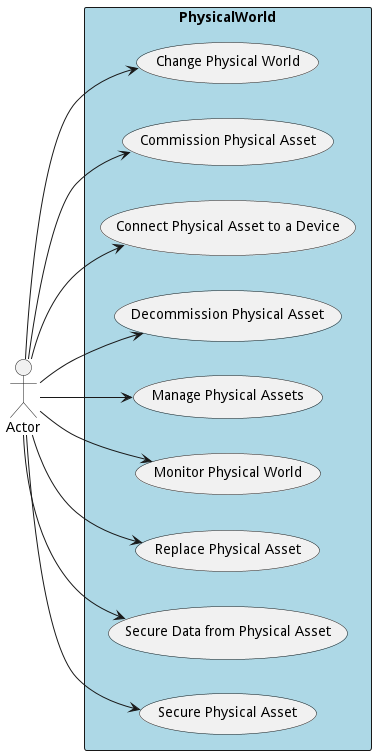
Earlier version of the PlantUML export docs/actors/actor/UseCase.png (madajaju/edgemere).
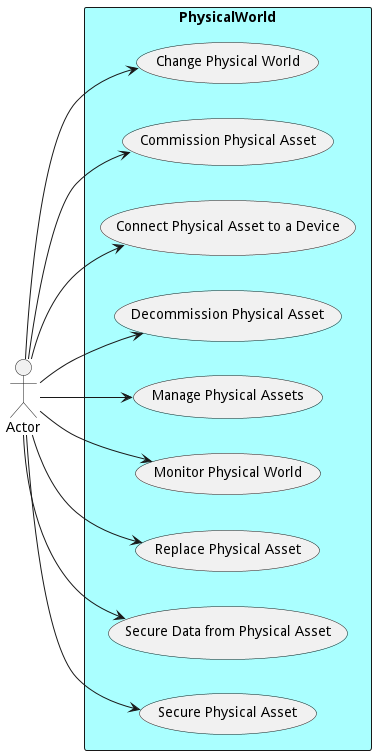
Later version of the same file.

What changed in the source:
```diff
@@ -6,7 +6,7 @@
 Actor "Actor" as Actor
 
 
-rectangle "PhysicalWorld" as pw #lightblue {
+rectangle "PhysicalWorld" as pw #aaffff {
         usecase "Change Physical World" as ChangePhysicalWorld
     Actor --> ChangePhysicalWorld
     usecase "Commission Physical Asset" as CommissionPhysicalAsset
```
